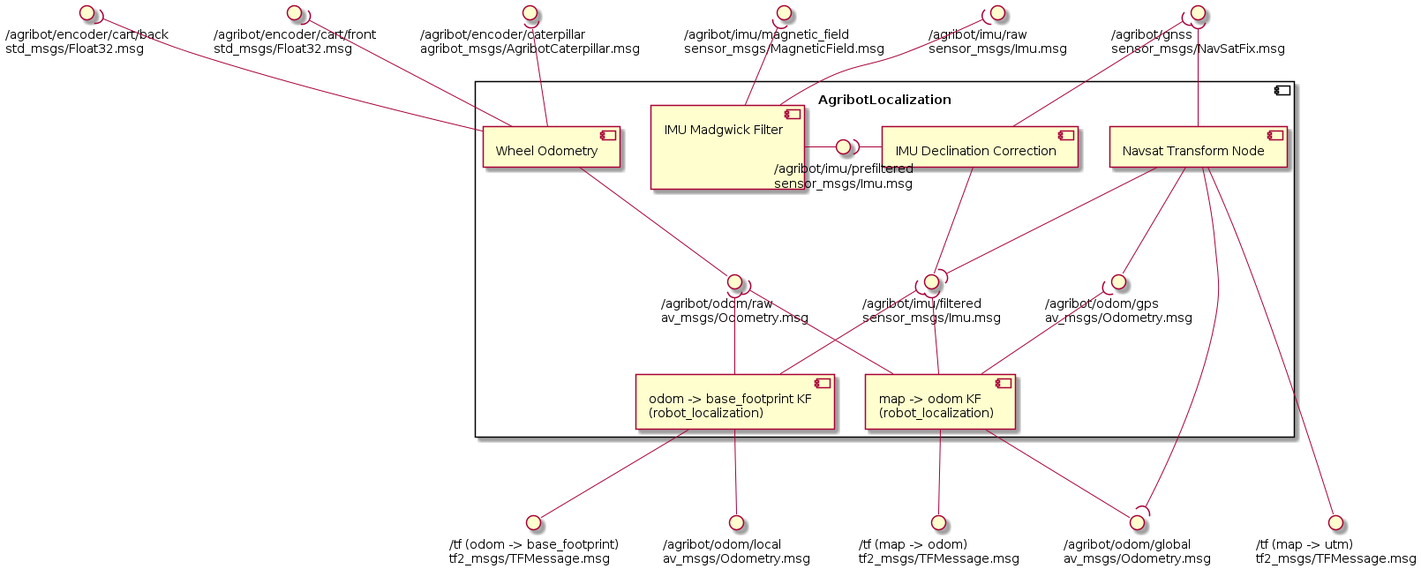
Before: doc/component_diagram/component_diagram.png, a diagram exported from PlantUML (agribot-2-0/agribot_localization).
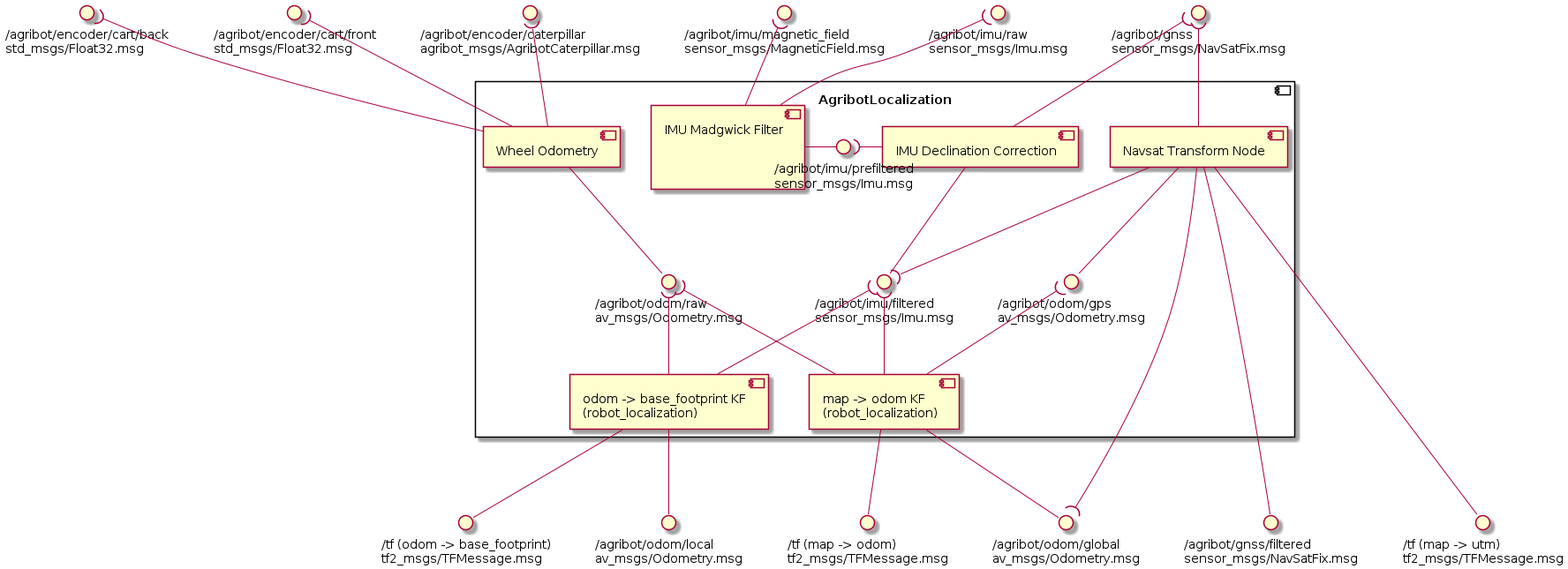
Above is the later version.

Commit message:
Add /agribot/gnss/filtered to component diagram

The edit, as a diff of the source:
```diff
@@ -7,6 +7,7 @@
 interface "/agribot/encoder/cart/back\nstd_msgs/Float32.msg" as encoder_cart_back
 interface "/agribot/gnss\nsensor_msgs/NavSatFix.msg" as gnss
 
+interface "/agribot/gnss/filtered\nsensor_msgs/NavSatFix.msg" as gnss_global
 interface "/agribot/odom/global\nav_msgs/Odometry.msg" as odom_global
 interface "/tf (odom -> base_footprint)\ntf2_msgs/TFMessage.msg" as odom_base_tf
 interface "/agribot/odom/local\nav_msgs/Odometry.msg" as odom_local
@@ -58,6 +59,7 @@
 WheelOdometry -up-( encoder_cart_back
 
 NavsatTransform --down-- map_utm_tf
+NavsatTransform --down-- gnss_global
 
 LocalKf -down- odom_base_tf
 LocalKf -down- odom_local
```
